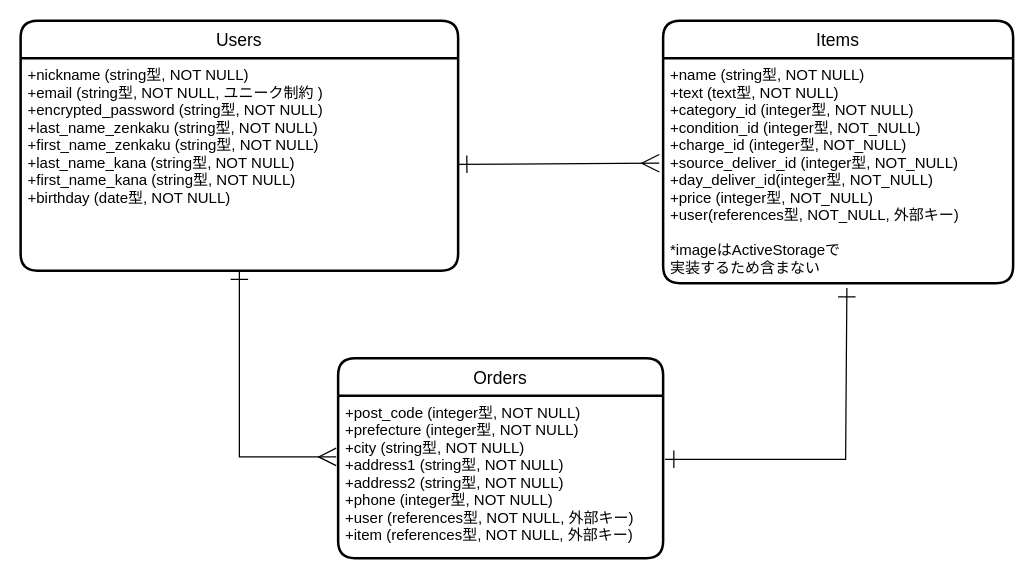
The draw.io diagram furima_er.dio in lmarcat344/furima-37629, before the edit. Source tidied: cells renumbered, new cells numbered last; positions are measured from the earlier drawing's top-left corner, leaving out a move shared by most shapes. Both pictures are drawn from the tidied source at 125%, with x=0, y=0 at pixel (20, 20).
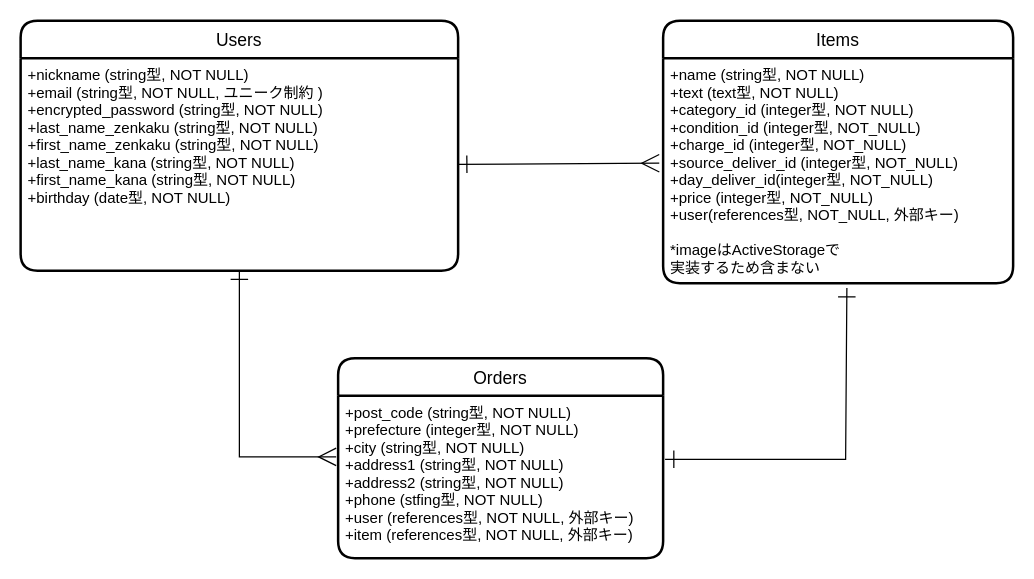
After the change.

Commit message (it also covers changes not shown here):
修正３integer型→string型に変更

The edit, as a diff of the source:
```diff
@@
 <mxGraphModel>
   <root>
     <mxCell id="0" />
     <mxCell id="1" parent="0" />
     <mxCell id="2" value="Users" style="swimlane;horizontal=1;startSize=30;rounded=1;fontSize=14;fontStyle=0;strokeWidth=2;shadow=0;dashed=0;align=center;" parent="1" vertex="1">
       <mxGeometry width="350" height="200" as="geometry" />
     </mxCell>
     <mxCell id="3" value="+nickname (string型, NOT NULL)&#10;+email (string型, NOT NULL, ユニーク制約 )&#10;+encrypted_password (string型, NOT NULL)&#10;+last_name_zenkaku (string型, NOT NULL)&#10;+first_name_zenkaku (string型, NOT NULL)&#10;+last_name_kana (string型, NOT NULL)&#10;+first_name_kana (string型, NOT NULL)&#10;+birthday (date型, NOT NULL)" style="align=left;strokeColor=none;fillColor=none;spacingLeft=4;fontSize=12;verticalAlign=top;" parent="2" vertex="1">
       <mxGeometry y="30" width="350" height="170" as="geometry" />
     </mxCell>
     <mxCell id="4" value="Items" style="swimlane;horizontal=1;startSize=30;rounded=1;fontSize=14;fontStyle=0;strokeWidth=2;shadow=0;dashed=0;align=center;" parent="1" vertex="1">
       <mxGeometry x="514" width="280" height="210" as="geometry" />
     </mxCell>
     <mxCell id="5" value="+name (string型, NOT NULL)&#10;+text (text型, NOT NULL)&#10;+category_id (integer型, NOT NULL)&#10;+condition_id (integer型, NOT_NULL)&#10;+charge_id (integer型, NOT_NULL)&#10;+source_deliver_id (integer型, NOT_NULL)&#10;+day_deliver_id(integer型, NOT_NULL)&#10;+price (integer型, NOT_NULL)&#10;+user(references型, NOT_NULL, 外部キー)&#10;&#10;*imageはActiveStorageで&#10;実装するため含まない&#10;" style="align=left;strokeColor=none;fillColor=none;spacingLeft=4;fontSize=12;verticalAlign=top;" parent="4" vertex="1">
       <mxGeometry y="30" width="280" height="180" as="geometry" />
     </mxCell>
     <mxCell id="6" value="Orders" style="swimlane;horizontal=1;startSize=30;rounded=1;fontSize=14;fontStyle=0;strokeWidth=2;shadow=0;dashed=0;align=center;" parent="1" vertex="1">
       <mxGeometry x="254" y="270" width="260" height="160" as="geometry" />
     </mxCell>
-    <mxCell id="7" value="+post_code (integer型, NOT NULL)&#10;+prefecture (integer型, NOT NULL)&#10;+city (string型, NOT NULL)&#10;+address1 (string型, NOT NULL)&#10;+address2 (string型, NOT NULL)&#10;+phone (integer型, NOT NULL)&#10;+user (references型, NOT NULL, 外部キー)&#10;+item (references型, NOT NULL, 外部キー)" style="align=left;strokeColor=none;fillColor=none;spacingLeft=4;fontSize=12;verticalAlign=top;" parent="6" vertex="1">
+    <mxCell id="7" value="+post_code (string型, NOT NULL)&#10;+prefecture (integer型, NOT NULL)&#10;+city (string型, NOT NULL)&#10;+address1 (string型, NOT NULL)&#10;+address2 (string型, NOT NULL)&#10;+phone (stfing型, NOT NULL)&#10;+user (references型, NOT NULL, 外部キー)&#10;+item (references型, NOT NULL, 外部キー)" style="align=left;strokeColor=none;fillColor=none;spacingLeft=4;fontSize=12;verticalAlign=top;" parent="6" vertex="1">
       <mxGeometry y="30" width="260" height="130" as="geometry" />
     </mxCell>
     <mxCell id="8" style="edgeStyle=none;html=1;exitX=0.5;exitY=1;exitDx=0;exitDy=0;entryX=-0.006;entryY=0.377;entryDx=0;entryDy=0;entryPerimeter=0;fontSize=12;rounded=0;strokeColor=default;endArrow=ERmany;endFill=0;startArrow=ERone;startFill=0;endSize=12;startSize=12;" parent="1" edge="1" source="3" target="7">
       <mxGeometry relative="1" as="geometry">
         <Array as="points">
           <mxPoint x="175" y="349" />
         </Array>
       </mxGeometry>
     </mxCell>
     <mxCell id="9" style="edgeStyle=none;rounded=0;html=1;exitX=1;exitY=0.5;exitDx=0;exitDy=0;fontSize=12;endArrow=ERmany;endFill=0;strokeColor=default;startArrow=ERone;startFill=0;strokeWidth=1;endSize=12;targetPerimeterSpacing=0;startSize=12;entryX=-0.011;entryY=0.467;entryDx=0;entryDy=0;entryPerimeter=0;" parent="1" edge="1" source="3" target="5">
       <mxGeometry relative="1" as="geometry" />
     </mxCell>
     <mxCell id="10" style="edgeStyle=none;rounded=0;html=1;exitX=0.525;exitY=1.022;exitDx=0;exitDy=0;entryX=1.006;entryY=0.392;entryDx=0;entryDy=0;entryPerimeter=0;fontSize=12;endArrow=ERone;endFill=0;strokeColor=default;startArrow=ERone;startFill=0;endSize=12;startSize=12;exitPerimeter=0;" parent="1" edge="1" source="5" target="7">
       <mxGeometry relative="1" as="geometry">
         <Array as="points">
           <mxPoint x="660" y="351" />
         </Array>
       </mxGeometry>
     </mxCell>
   </root>
 </mxGraphModel>
```
